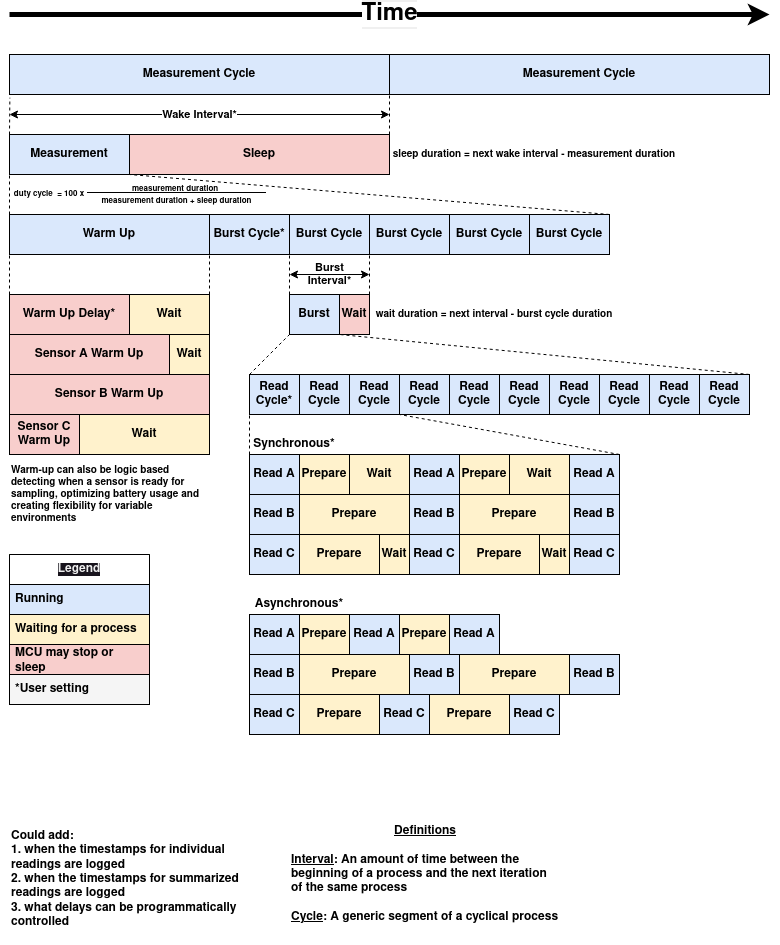
Earlier version of the draw.io export TimingCycle.drawio.png (rrivirr/rriv-diagrams). Source tidied: cells renumbered, new cells last; positions are measured from the earlier drawing's top-left corner, leaving out a move shared by most shapes.
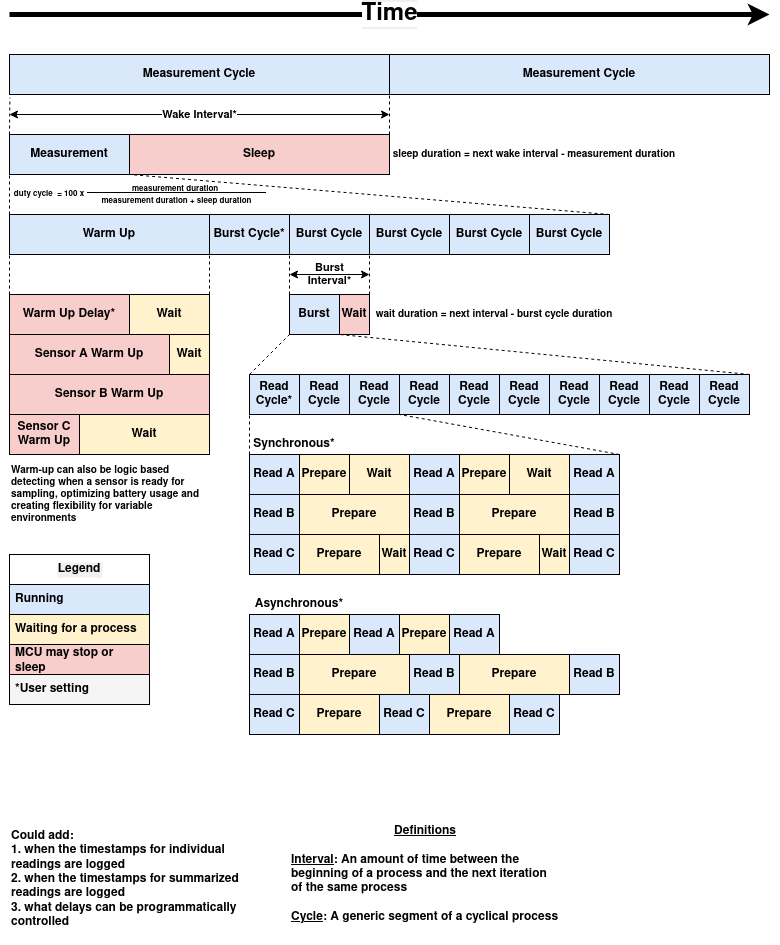
The same file after the commit.

The edit, as a diff of the source:
```diff
@@ -254,12 +254,9 @@
     <mxCell id="82" value="&lt;div&gt;Wait&lt;/div&gt;" style="rounded=0;whiteSpace=wrap;html=1;fillColor=#fff2cc;strokeColor=#000000;fontStyle=1;fontColor=#000000;labelBackgroundColor=none;" parent="1" vertex="1">
       <mxGeometry x="530" y="520" width="30" height="40" as="geometry" />
     </mxCell>
-    <mxCell id="83" style="group;fontColor=#ffffff;strokeColor=#2D7600;labelBackgroundColor=#f0f0f0;fillColor=#60a917;" parent="1" vertex="1">
+    <mxCell id="83" value="Legend" style="group;fontColor=#000000;strokeColor=#000000;labelBackgroundColor=#f0f0f0;fillColor=#ffffff;fontStyle=1;" parent="1" vertex="1">
       <mxGeometry y="540" width="140" height="150" as="geometry" />
     </mxCell>
-    <mxCell id="84" value="&lt;font color=&quot;#f0f0f0&quot;&gt;&lt;span style=&quot;background-color: rgb(24, 20, 29);&quot;&gt;Legend&lt;/span&gt;&lt;/font&gt;" style="swimlane;fontStyle=1;horizontal=1;startSize=30;whiteSpace=wrap;html=1;fontColor=#000000;strokeColor=#000000;labelBackgroundColor=none;" parent="83" vertex="1">
-      <mxGeometry width="140" height="150" as="geometry" />
-    </mxCell>
     <mxCell id="85" value="Running" style="text;strokeColor=#000000;fillColor=#dae8fc;align=left;verticalAlign=middle;spacingLeft=4;spacingRight=4;overflow=hidden;whiteSpace=wrap;html=1;fontStyle=1;fontColor=#000000;labelBackgroundColor=none;" parent="83" vertex="1">
       <mxGeometry y="30" width="140" height="30" as="geometry" />
     </mxCell>
```
